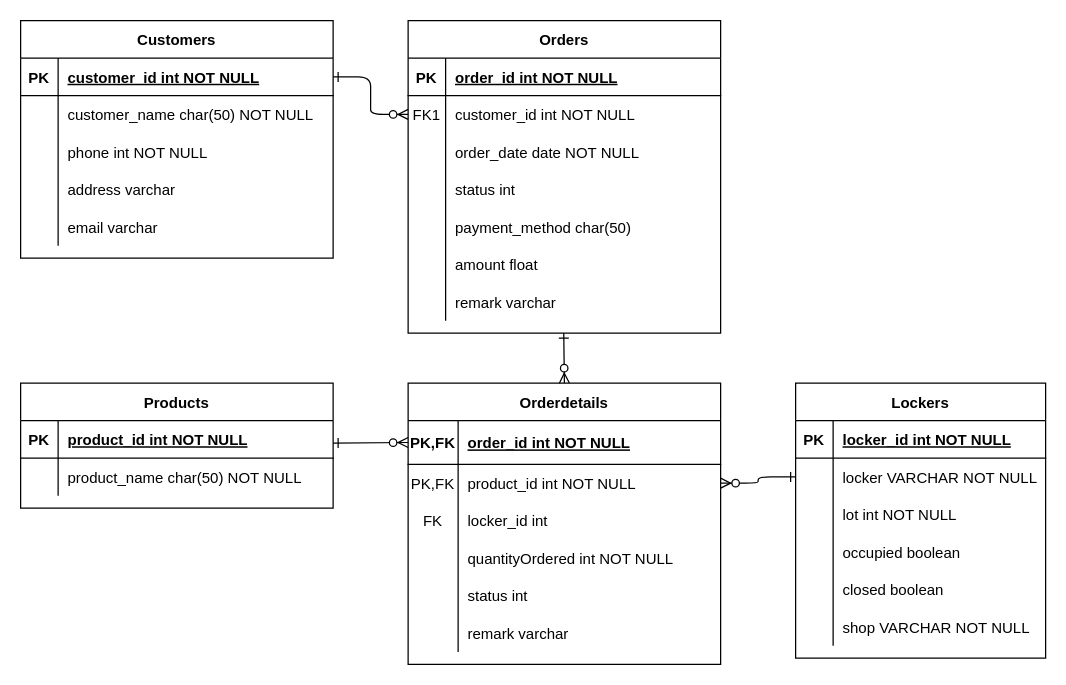
Before: Database/database ERD.drawio in JakeChieng/IoTSmartLocker, a draw.io diagram. Source tidied: cells renumbered, new cells numbered last; positions are measured from the earlier drawing's top-left corner, leaving out a move shared by most shapes. Both pictures are drawn from the tidied source at 125%, with x=0, y=0 at pixel (20, 20).
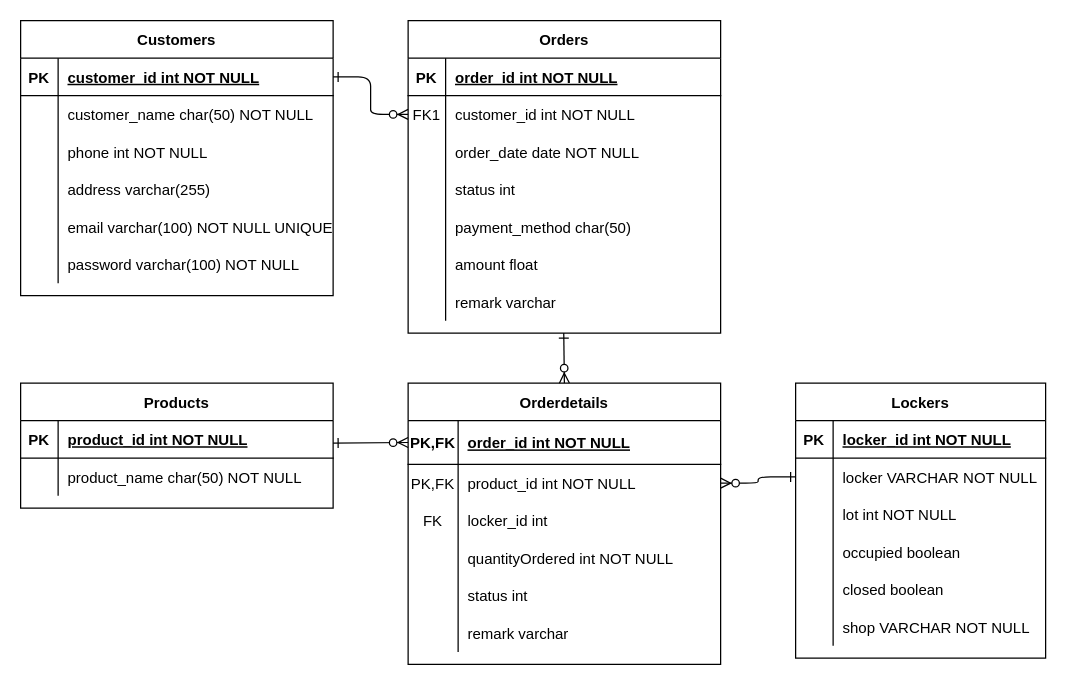
After the change.

Commit message (it also covers changes not shown here):
email and password Updates on Database

The edit, as a diff of the source:
```diff
@@
     <mxCell id="45" value="Customers" style="shape=table;startSize=30;childLayout=tableLayout;rowLines=0;fontStyle=1;align=center;" parent="1" vertex="1">
-      <mxGeometry width="250" height="190" as="geometry" />
+      <mxGeometry width="250" height="220" as="geometry" />
     </mxCell>
@@
+    <mxCell id="89" style="shape=partialRectangle;fillColor=none;top=0;left=0;right=0;bottom=0;" parent="45" vertex="1">
+      <mxGeometry y="120" width="250" height="30" as="geometry" />
+    </mxCell>
+    <mxCell id="90" style="shape=partialRectangle;overflow=hidden;fillColor=none;top=0;left=0;bottom=0;right=0;" parent="89" vertex="1">
+      <mxGeometry width="30" height="30" as="geometry" />
+    </mxCell>
+    <mxCell id="91" value="address varchar(255)" style="shape=partialRectangle;overflow=hidden;fillColor=none;top=0;left=0;bottom=0;right=0;align=left;spacingLeft=6;" parent="89" vertex="1">
+      <mxGeometry x="30" width="220" height="30" as="geometry" />
+    </mxCell>
     <mxCell id="55" style="shape=partialRectangle;fillColor=none;top=0;left=0;right=0;bottom=0;" parent="45" vertex="1">
-      <mxGeometry y="120" width="250" height="30" as="geometry" />
+      <mxGeometry y="150" width="250" height="30" as="geometry" />
     </mxCell>
@@
-    <mxCell id="57" value="address varchar" style="shape=partialRectangle;overflow=hidden;fillColor=none;top=0;left=0;bottom=0;right=0;align=left;spacingLeft=6;" parent="55" vertex="1">
+    <mxCell id="57" value="email varchar(100) NOT NULL UNIQUE" style="shape=partialRectangle;overflow=hidden;fillColor=none;top=0;left=0;bottom=0;right=0;align=left;spacingLeft=6;" parent="55" vertex="1">
       <mxGeometry x="30" width="220" height="30" as="geometry" />
     </mxCell>
     <mxCell id="58" style="shape=partialRectangle;fillColor=none;top=0;left=0;right=0;bottom=0;" parent="45" vertex="1">
-      <mxGeometry y="150" width="250" height="30" as="geometry" />
+      <mxGeometry y="180" width="250" height="30" as="geometry" />
     </mxCell>
@@
-    <mxCell id="60" value="email varchar" style="shape=partialRectangle;overflow=hidden;fillColor=none;top=0;left=0;bottom=0;right=0;align=left;spacingLeft=6;" parent="58" vertex="1">
+    <mxCell id="60" value="password varchar(100) NOT NULL" style="shape=partialRectangle;overflow=hidden;fillColor=none;top=0;left=0;bottom=0;right=0;align=left;spacingLeft=6;" parent="58" vertex="1">
       <mxGeometry x="30" width="220" height="30" as="geometry" />
     </mxCell>
```
